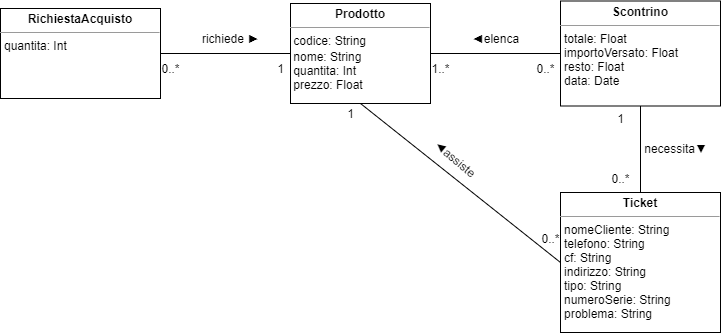
Before: DocumentazioneSDD/architettura sistema proposto/Persistenza11.png, a diagram exported from draw.io (Ciro-Fusco/NewDM). Source tidied: cells renumbered, new cells last; positions are measured from the earlier drawing's top-left corner, leaving out a move shared by most shapes.
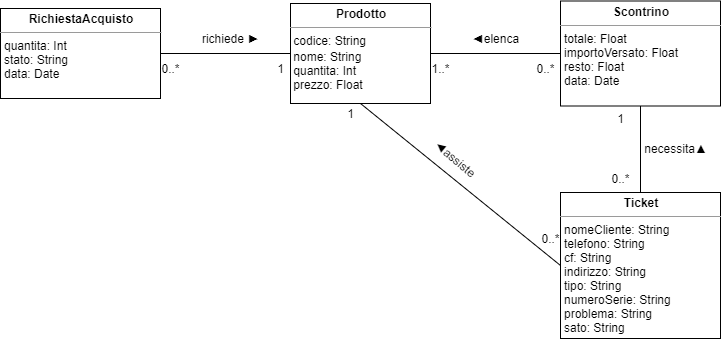
The same file after the commit.

The edit, as a diff of the source:
```diff
@@ -2,7 +2,7 @@
   <root>
     <mxCell id="0" />
     <mxCell id="1" parent="0" />
-    <mxCell id="2" value="&lt;p style=&quot;margin: 0px ; margin-top: 4px ; text-align: center&quot;&gt;&lt;b&gt;RichiestaAcquisto&lt;/b&gt;&lt;/p&gt;&lt;hr size=&quot;1&quot;&gt;&lt;p style=&quot;margin: 0px ; margin-left: 4px&quot;&gt;quantita: Int&lt;/p&gt;&lt;p style=&quot;margin: 0px ; margin-left: 4px&quot;&gt;&lt;br&gt;&lt;/p&gt;" style="verticalAlign=top;align=left;overflow=fill;fontSize=12;fontFamily=Helvetica;html=1;" parent="1" vertex="1">
+    <mxCell id="2" value="&lt;p style=&quot;margin: 0px ; margin-top: 4px ; text-align: center&quot;&gt;&lt;b&gt;RichiestaAcquisto&lt;/b&gt;&lt;/p&gt;&lt;hr size=&quot;1&quot;&gt;&lt;p style=&quot;margin: 0px ; margin-left: 4px&quot;&gt;quantita: Int&lt;/p&gt;&lt;p style=&quot;margin: 0px ; margin-left: 4px&quot;&gt;stato: String&amp;nbsp;&lt;/p&gt;&lt;p style=&quot;margin: 0px ; margin-left: 4px&quot;&gt;data: Date&lt;/p&gt;" style="verticalAlign=top;align=left;overflow=fill;fontSize=12;fontFamily=Helvetica;html=1;" parent="1" vertex="1">
       <mxGeometry y="8" width="160" height="90" as="geometry" />
     </mxCell>
     <mxCell id="3" value="&lt;p style=&quot;margin: 0px ; margin-top: 4px ; text-align: center&quot;&gt;&lt;b&gt;Prodotto&lt;/b&gt;&lt;/p&gt;&lt;hr size=&quot;1&quot;&gt;&lt;div style=&quot;height: 2px&quot;&gt;&amp;nbsp;codice: String&lt;/div&gt;&lt;div style=&quot;height: 2px&quot;&gt;&lt;br&gt;&lt;/div&gt;&lt;div style=&quot;height: 2px&quot;&gt;&lt;br&gt;&lt;/div&gt;&lt;div style=&quot;height: 2px&quot;&gt;&lt;br&gt;&lt;/div&gt;&lt;div style=&quot;height: 2px&quot;&gt;&lt;br&gt;&lt;/div&gt;&lt;div style=&quot;height: 2px&quot;&gt;&lt;br&gt;&lt;/div&gt;&lt;div style=&quot;height: 2px&quot;&gt;&lt;br&gt;&lt;/div&gt;&lt;div style=&quot;height: 2px&quot;&gt;&lt;br&gt;&lt;/div&gt;&lt;div style=&quot;height: 2px&quot;&gt;&amp;nbsp;nome: String&lt;/div&gt;&lt;div style=&quot;height: 2px&quot;&gt;&lt;br&gt;&lt;/div&gt;&lt;div style=&quot;height: 2px&quot;&gt;&lt;br&gt;&lt;/div&gt;&lt;div style=&quot;height: 2px&quot;&gt;&lt;br&gt;&lt;/div&gt;&lt;div style=&quot;height: 2px&quot;&gt;&lt;br&gt;&lt;/div&gt;&lt;div style=&quot;height: 2px&quot;&gt;&lt;br&gt;&lt;/div&gt;&lt;div style=&quot;height: 2px&quot;&gt;&lt;br&gt;&lt;/div&gt;&lt;div style=&quot;height: 2px&quot;&gt;&amp;nbsp;quantita: Int&lt;/div&gt;&lt;div style=&quot;height: 2px&quot;&gt;&lt;br&gt;&lt;/div&gt;&lt;div style=&quot;height: 2px&quot;&gt;&lt;br&gt;&lt;/div&gt;&lt;div style=&quot;height: 2px&quot;&gt;&lt;br&gt;&lt;/div&gt;&lt;div style=&quot;height: 2px&quot;&gt;&lt;br&gt;&lt;/div&gt;&lt;div style=&quot;height: 2px&quot;&gt;&lt;br&gt;&lt;/div&gt;&lt;div style=&quot;height: 2px&quot;&gt;&lt;br&gt;&lt;/div&gt;&lt;div style=&quot;height: 2px&quot;&gt;&lt;span&gt;&amp;nbsp;prezzo: Float&lt;/span&gt;&lt;br&gt;&lt;/div&gt;" style="verticalAlign=top;align=left;overflow=fill;fontSize=12;fontFamily=Helvetica;html=1;" parent="1" vertex="1">
@@ -11,8 +11,8 @@
     <mxCell id="4" value="&lt;p style=&quot;margin: 0px ; margin-top: 4px ; text-align: center&quot;&gt;&lt;b&gt;Scontrino&lt;/b&gt;&lt;/p&gt;&lt;hr size=&quot;1&quot;&gt;&lt;p style=&quot;margin: 0px ; margin-left: 4px&quot;&gt;totale: Float&lt;/p&gt;&lt;p style=&quot;margin: 0px ; margin-left: 4px&quot;&gt;importoVersato: Float&lt;/p&gt;&lt;p style=&quot;margin: 0px ; margin-left: 4px&quot;&gt;resto: Float&lt;/p&gt;&lt;p style=&quot;margin: 0px ; margin-left: 4px&quot;&gt;data: Date&lt;/p&gt;&lt;p style=&quot;margin: 0px ; margin-left: 4px&quot;&gt;&lt;br&gt;&lt;/p&gt;" style="verticalAlign=top;align=left;overflow=fill;fontSize=12;fontFamily=Helvetica;html=1;" parent="1" vertex="1">
       <mxGeometry x="560" y="0.5" width="160" height="105" as="geometry" />
     </mxCell>
-    <mxCell id="5" value="&lt;p style=&quot;margin: 0px ; margin-top: 4px ; text-align: center&quot;&gt;&lt;b&gt;Ticket&lt;/b&gt;&lt;/p&gt;&lt;hr size=&quot;1&quot;&gt;&lt;p style=&quot;margin: 0px ; margin-left: 4px&quot;&gt;nomeCliente: String&lt;/p&gt;&lt;p style=&quot;margin: 0px ; margin-left: 4px&quot;&gt;telefono: String&lt;/p&gt;&lt;p style=&quot;margin: 0px ; margin-left: 4px&quot;&gt;cf: String&lt;/p&gt;&lt;p style=&quot;margin: 0px ; margin-left: 4px&quot;&gt;indirizzo: String&lt;/p&gt;&lt;p style=&quot;margin: 0px ; margin-left: 4px&quot;&gt;tipo: String&lt;/p&gt;&lt;p style=&quot;margin: 0px ; margin-left: 4px&quot;&gt;numeroSerie: String&lt;/p&gt;&lt;p style=&quot;margin: 0px ; margin-left: 4px&quot;&gt;problema: String&lt;/p&gt;&lt;p style=&quot;margin: 0px ; margin-left: 4px&quot;&gt;&lt;br&gt;&lt;/p&gt;&lt;p style=&quot;margin: 0px ; margin-left: 4px&quot;&gt;&lt;br&gt;&lt;/p&gt;" style="verticalAlign=top;align=left;overflow=fill;fontSize=12;fontFamily=Helvetica;html=1;" parent="1" vertex="1">
-      <mxGeometry x="560" y="192" width="160" height="140" as="geometry" />
+    <mxCell id="5" value="&lt;p style=&quot;margin: 0px ; margin-top: 4px ; text-align: center&quot;&gt;&lt;b&gt;Ticket&lt;/b&gt;&lt;/p&gt;&lt;hr size=&quot;1&quot;&gt;&lt;p style=&quot;margin: 0px ; margin-left: 4px&quot;&gt;nomeCliente: String&lt;/p&gt;&lt;p style=&quot;margin: 0px ; margin-left: 4px&quot;&gt;telefono: String&lt;/p&gt;&lt;p style=&quot;margin: 0px ; margin-left: 4px&quot;&gt;cf: String&lt;/p&gt;&lt;p style=&quot;margin: 0px ; margin-left: 4px&quot;&gt;indirizzo: String&lt;/p&gt;&lt;p style=&quot;margin: 0px ; margin-left: 4px&quot;&gt;tipo: String&lt;/p&gt;&lt;p style=&quot;margin: 0px ; margin-left: 4px&quot;&gt;numeroSerie: String&lt;/p&gt;&lt;p style=&quot;margin: 0px ; margin-left: 4px&quot;&gt;problema: String&lt;/p&gt;&lt;p style=&quot;margin: 0px ; margin-left: 4px&quot;&gt;sato: String&lt;/p&gt;&lt;p style=&quot;margin: 0px ; margin-left: 4px&quot;&gt;&lt;br&gt;&lt;/p&gt;&lt;p style=&quot;margin: 0px ; margin-left: 4px&quot;&gt;&lt;br&gt;&lt;/p&gt;" style="verticalAlign=top;align=left;overflow=fill;fontSize=12;fontFamily=Helvetica;html=1;" parent="1" vertex="1">
+      <mxGeometry x="560" y="192" width="160" height="146" as="geometry" />
     </mxCell>
     <mxCell id="6" style="endArrow=none;html=1;exitX=1;exitY=0.5;exitDx=0;exitDy=0;entryX=0;entryY=0.5;entryDx=0;entryDy=0;" parent="1" edge="1" source="2" target="3">
       <mxGeometry relative="1" as="geometry" />
@@ -56,7 +56,7 @@
     <mxCell id="19" value="◄assiste" style="text;html=1;align=center;verticalAlign=middle;rotation=40;" parent="1" vertex="1">
       <mxGeometry x="420" y="148" width="70" height="20" as="geometry" />
     </mxCell>
-    <mxCell id="20" value="necessita▼" style="text;html=1;align=center;verticalAlign=middle;rotation=0;" parent="1" vertex="1">
+    <mxCell id="20" value="necessita▲" style="text;html=1;align=center;verticalAlign=middle;rotation=0;" parent="1" vertex="1">
       <mxGeometry x="635" y="138" width="80" height="20" as="geometry" />
     </mxCell>
     <mxCell id="21" value="◄elenca" style="text;html=1;align=center;verticalAlign=middle;" parent="1" vertex="1">
```
